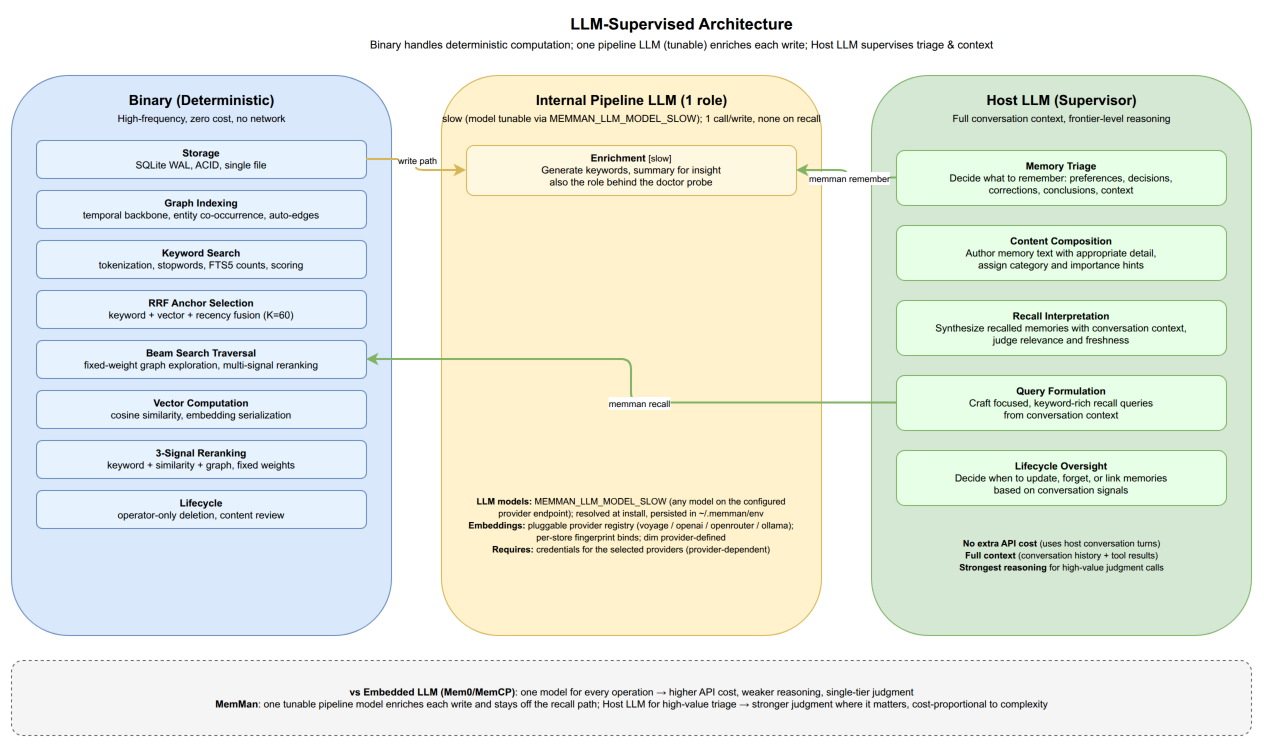
This is docs/diagrams/05-llm-supervised.drawio.png from bissli/memman, a draw.io export, as it was before one commit. Source tidied: cells renumbered, new cells last; positions are measured from the earlier drawing's top-left corner, leaving out a move shared by most shapes.
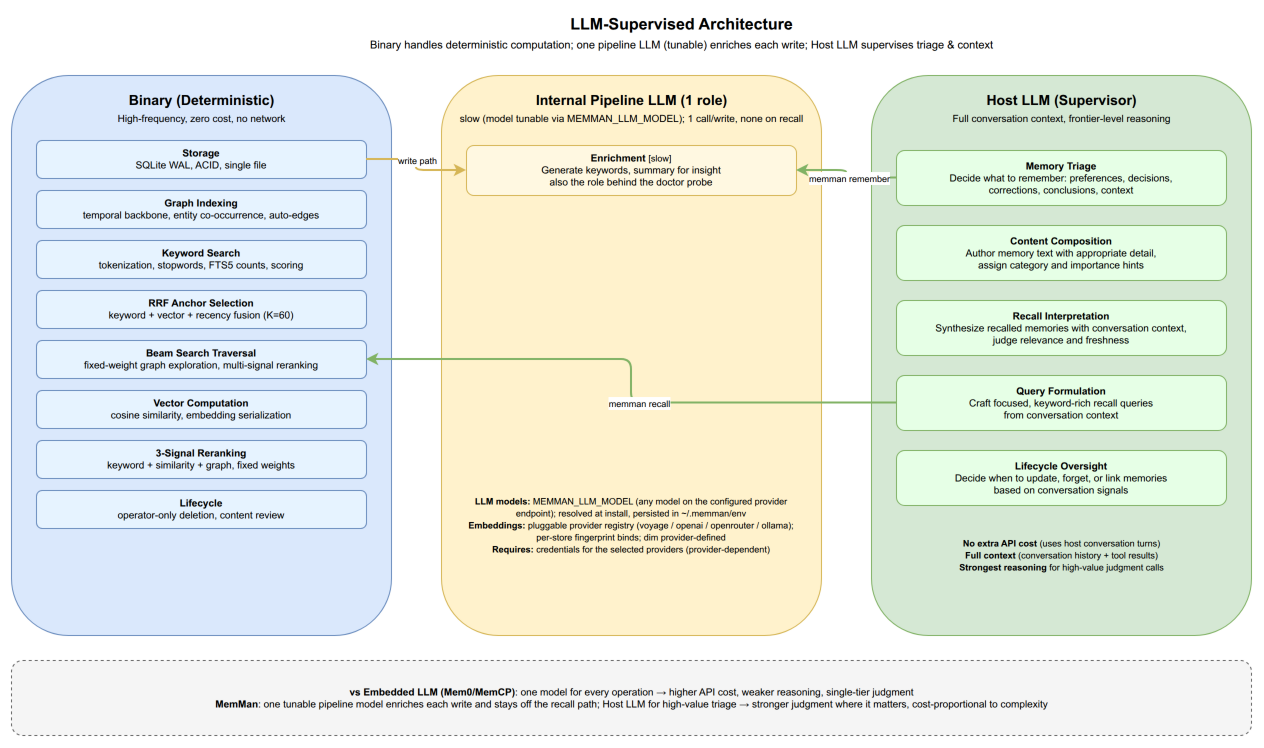
The same file after the commit.

Change to the diagram source:
```diff
@@ -38,13 +38,13 @@
     <mxCell id="13" style="rounded=1;whiteSpace=wrap;html=1;fillColor=#fff2cc;strokeColor=#d6b656;verticalAlign=top;fontSize=11;" parent="1" vertex="1">
       <mxGeometry x="430" y="65" width="380" height="560" as="geometry" />
     </mxCell>
-    <mxCell id="14" value="&lt;b&gt;Internal Pipeline LLM (1 role)&lt;/b&gt;&lt;br&gt;&lt;font style=&quot;font-size:10px&quot;&gt;slow (model tunable via MEMMAN_LLM_MODEL_SLOW); 1 call/write, none on recall&lt;/font&gt;" style="text;html=1;align=center;fontSize=14;fillColor=none;strokeColor=none;" parent="1" vertex="1">
+    <mxCell id="14" value="&lt;b&gt;Internal Pipeline LLM (1 role)&lt;/b&gt;&lt;br&gt;&lt;font style=&quot;font-size:10px&quot;&gt;slow (model tunable via MEMMAN_LLM_MODEL); 1 call/write, none on recall&lt;/font&gt;" style="text;html=1;align=center;fontSize=14;fillColor=none;strokeColor=none;" parent="1" vertex="1">
       <mxGeometry x="455" y="75" width="330" height="40" as="geometry" />
     </mxCell>
     <mxCell id="15" value="&lt;b&gt;Enrichment&lt;/b&gt; &lt;font style=&quot;font-size:9px&quot;&gt;[slow]&lt;/font&gt;&lt;br&gt;Generate keywords, summary for insight&lt;br&gt;also the role behind the doctor probe" style="rounded=1;whiteSpace=wrap;html=1;fillColor=#FFF8E1;strokeColor=#d6b656;fontSize=10;" parent="1" vertex="1">
       <mxGeometry x="455" y="135" width="330" height="50" as="geometry" />
     </mxCell>
-    <mxCell id="16" value="&lt;font style=&quot;font-size:9px&quot;&gt;&lt;b&gt;LLM models:&lt;/b&gt; MEMMAN_LLM_MODEL_SLOW (any model on the configured provider endpoint); resolved at install, persisted in ~/.memman/env&lt;br&gt;&lt;b&gt;Embeddings:&lt;/b&gt; pluggable provider registry (voyage / openai / openrouter / ollama); per-store fingerprint binds; dim provider-defined&lt;br&gt;&lt;b&gt;Requires:&lt;/b&gt; credentials for the selected providers (provider-dependent)&lt;/font&gt;" style="text;html=1;whiteSpace=wrap;align=center;fontSize=10;fillColor=none;strokeColor=none;verticalAlign=middle;" parent="1" vertex="1">
+    <mxCell id="16" value="&lt;font style=&quot;font-size:9px&quot;&gt;&lt;b&gt;LLM models:&lt;/b&gt; MEMMAN_LLM_MODEL (any model on the configured provider endpoint); resolved at install, persisted in ~/.memman/env&lt;br&gt;&lt;b&gt;Embeddings:&lt;/b&gt; pluggable provider registry (voyage / openai / openrouter / ollama); per-store fingerprint binds; dim provider-defined&lt;br&gt;&lt;b&gt;Requires:&lt;/b&gt; credentials for the selected providers (provider-dependent)&lt;/font&gt;" style="text;html=1;whiteSpace=wrap;align=center;fontSize=10;fillColor=none;strokeColor=none;verticalAlign=middle;" parent="1" vertex="1">
       <mxGeometry x="455" y="470" width="330" height="90" as="geometry" />
     </mxCell>
     <mxCell id="17" style="rounded=1;whiteSpace=wrap;html=1;fillColor=#d5e8d4;strokeColor=#82b366;verticalAlign=top;fontSize=11;" parent="1" vertex="1">
```
